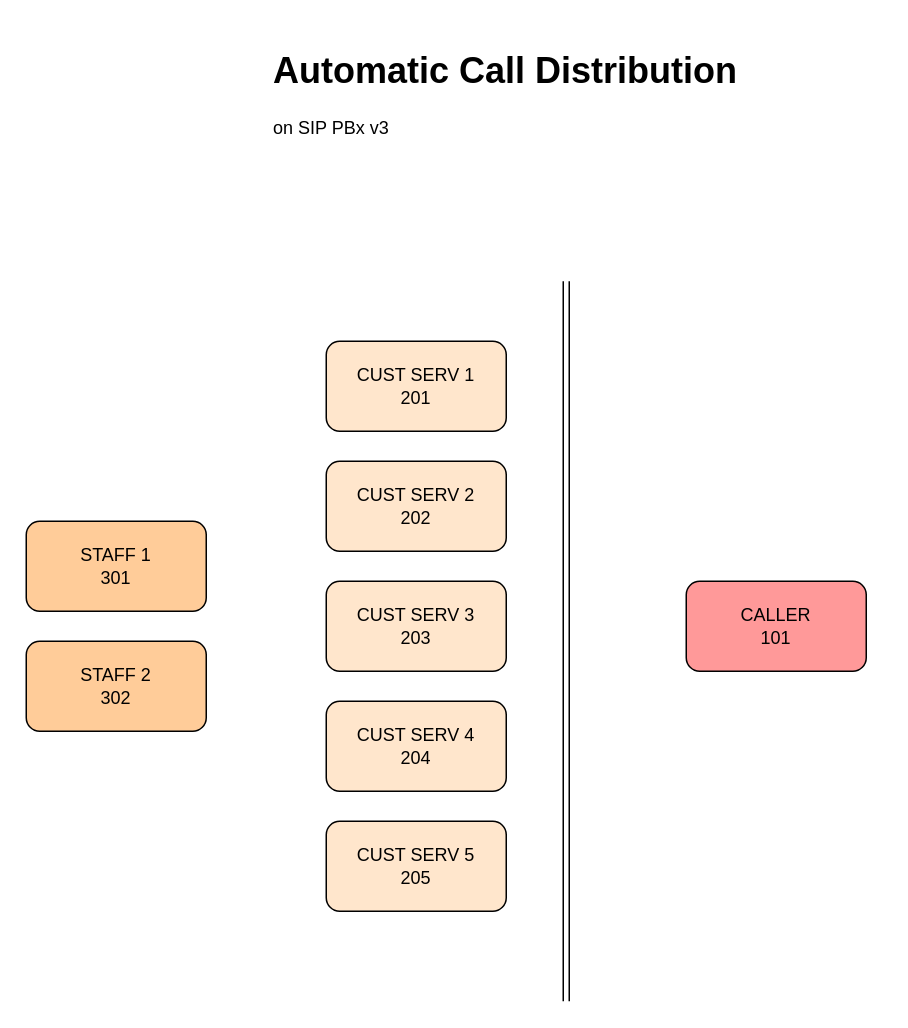
This is ACD on SIP PBx.drawio from troders34/troders34, a draw.io file, before an edit. Source tidied: cells renumbered, new cells numbered last; positions are measured from the earlier drawing's top-left corner, leaving out a move shared by most shapes. Both pictures are drawn from the tidied source at 150%, with x=0, y=0 at pixel (26, 40).
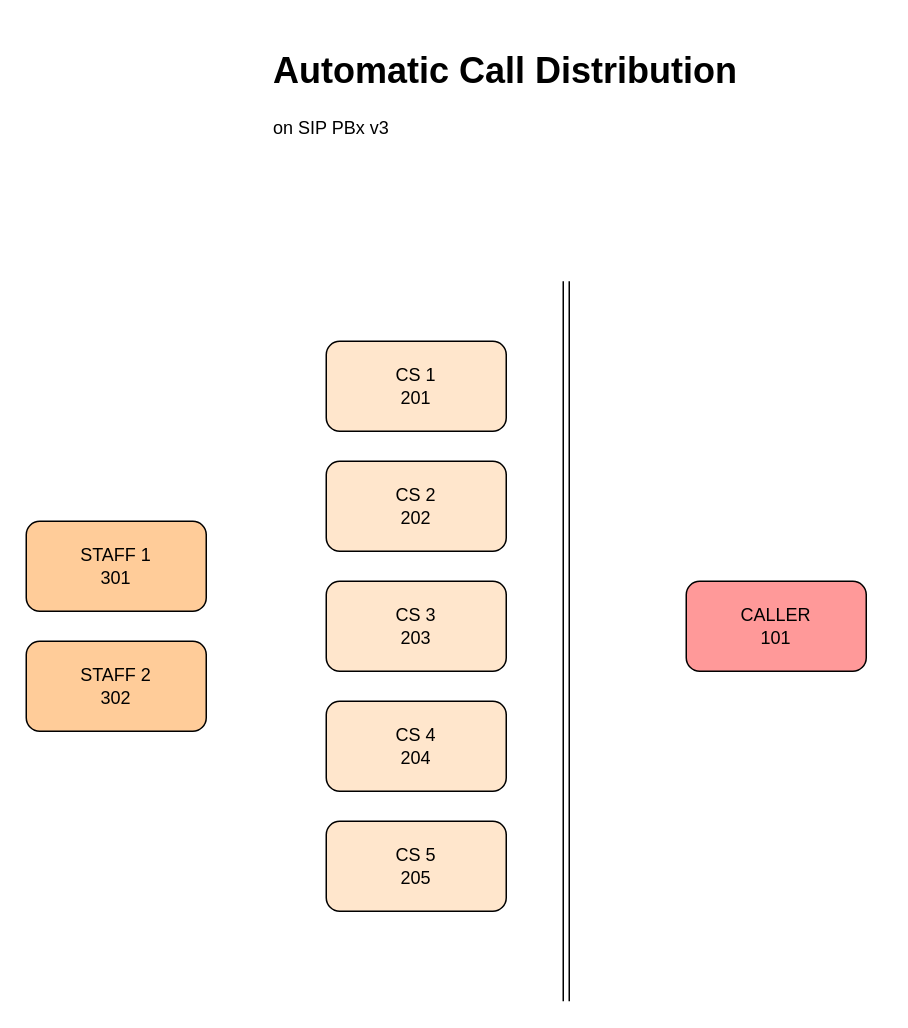
The same page after the edit.

Change to the diagram source:
```diff
@@
 <mxGraphModel>
   <root>
     <mxCell id="0" />
     <mxCell id="1" parent="0" />
     <mxCell id="2" value="&lt;h1&gt;Automatic Call Distribution&lt;/h1&gt;&lt;p&gt;on SIP PBx v3&lt;/p&gt;" style="text;html=1;strokeColor=none;fillColor=none;spacing=5;spacingTop=-20;whiteSpace=wrap;overflow=hidden;rounded=0;" parent="1" vertex="1">
       <mxGeometry x="160" width="410" height="120" as="geometry" />
     </mxCell>
     <mxCell id="3" value="STAFF 1&lt;br&gt;301" style="rounded=1;whiteSpace=wrap;html=1;fillColor=#FFCC99;" parent="1" vertex="1">
       <mxGeometry y="320" width="120" height="60" as="geometry" />
     </mxCell>
     <mxCell id="4" value="STAFF 2&lt;br&gt;302" style="rounded=1;whiteSpace=wrap;html=1;fillColor=#FFCC99;" parent="1" vertex="1">
       <mxGeometry y="400" width="120" height="60" as="geometry" />
     </mxCell>
     <mxCell id="5" value="CALLER&lt;br&gt;101" style="rounded=1;whiteSpace=wrap;html=1;fillColor=#FF9999;" parent="1" vertex="1">
       <mxGeometry x="440" y="360" width="120" height="60" as="geometry" />
     </mxCell>
-    <mxCell id="6" value="CUST SERV 5&lt;br&gt;205" style="rounded=1;whiteSpace=wrap;html=1;fillColor=#FFE6CC;" parent="1" vertex="1">
+    <mxCell id="6" value="CS 5&lt;br&gt;205" style="rounded=1;whiteSpace=wrap;html=1;fillColor=#FFE6CC;" parent="1" vertex="1">
       <mxGeometry x="200" y="520" width="120" height="60" as="geometry" />
     </mxCell>
-    <mxCell id="7" value="CUST SERV 2&lt;br&gt;202" style="rounded=1;whiteSpace=wrap;html=1;fillColor=#FFE6CC;" parent="1" vertex="1">
+    <mxCell id="7" value="CS 2&lt;br&gt;202" style="rounded=1;whiteSpace=wrap;html=1;fillColor=#FFE6CC;" parent="1" vertex="1">
       <mxGeometry x="200" y="280" width="120" height="60" as="geometry" />
     </mxCell>
-    <mxCell id="8" value="CUST SERV 3&lt;br&gt;203" style="rounded=1;whiteSpace=wrap;html=1;fillColor=#FFE6CC;" parent="1" vertex="1">
+    <mxCell id="8" value="CS 3&lt;br&gt;203" style="rounded=1;whiteSpace=wrap;html=1;fillColor=#FFE6CC;" parent="1" vertex="1">
       <mxGeometry x="200" y="360" width="120" height="60" as="geometry" />
     </mxCell>
-    <mxCell id="9" value="CUST SERV 4&lt;br&gt;204" style="rounded=1;whiteSpace=wrap;html=1;fillColor=#FFE6CC;" parent="1" vertex="1">
+    <mxCell id="9" value="CS 4&lt;br&gt;204" style="rounded=1;whiteSpace=wrap;html=1;fillColor=#FFE6CC;" parent="1" vertex="1">
       <mxGeometry x="200" y="440" width="120" height="60" as="geometry" />
     </mxCell>
-    <mxCell id="10" value="CUST SERV 1&lt;br&gt;201" style="rounded=1;whiteSpace=wrap;html=1;fillColor=#FFE6CC;" parent="1" vertex="1">
+    <mxCell id="10" value="CS 1&lt;br&gt;201" style="rounded=1;whiteSpace=wrap;html=1;fillColor=#FFE6CC;" parent="1" vertex="1">
       <mxGeometry x="200" y="200" width="120" height="60" as="geometry" />
     </mxCell>
     <mxCell id="11" style="endArrow=none;html=1;rounded=0;shape=link;" parent="1" edge="1">
       <mxGeometry relative="1" as="geometry">
         <mxPoint x="360" y="640" as="sourcePoint" />
         <mxPoint x="360" y="160" as="targetPoint" />
       </mxGeometry>
     </mxCell>
   </root>
 </mxGraphModel>
```
